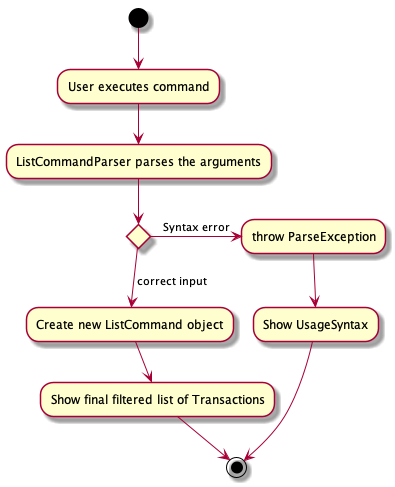
Above: docs/images/list/ListActivityDiagram.png in kensonoenqh/main (PlantUML), before the change. Its diagram source:
```plantuml
@startuml
(*)  --> "User executes command"
--> ListCommandParser parses the arguments
if ""
-> [Syntax error] "throw ParseException"
--> "Show UsageSyntax"
---> (*)
else
--> [correct input] "Create new ListCommand object"
Endif
--> Show final filtered list of Transactions
-->(*)

@enduml
```
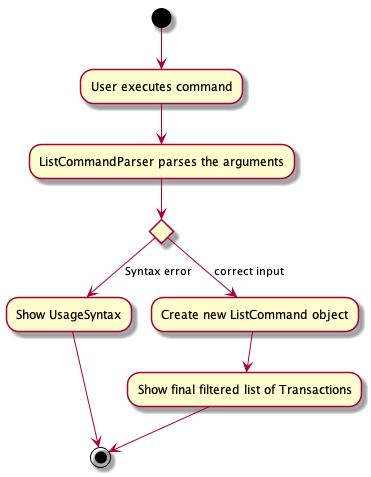
The same diagram one commit later.

Commit message:
changed predicates to **predicates** also updated the listactivitydiagram a lil.

What changed in the source:
```diff
@@ -2,8 +2,7 @@
 (*)  --> "User executes command"
 --> ListCommandParser parses the arguments
 if ""
--> [Syntax error] "throw ParseException"
---> "Show UsageSyntax"
+--> [Syntax error] "Show UsageSyntax"
 ---> (*)
 else
 --> [correct input] "Create new ListCommand object"
```
